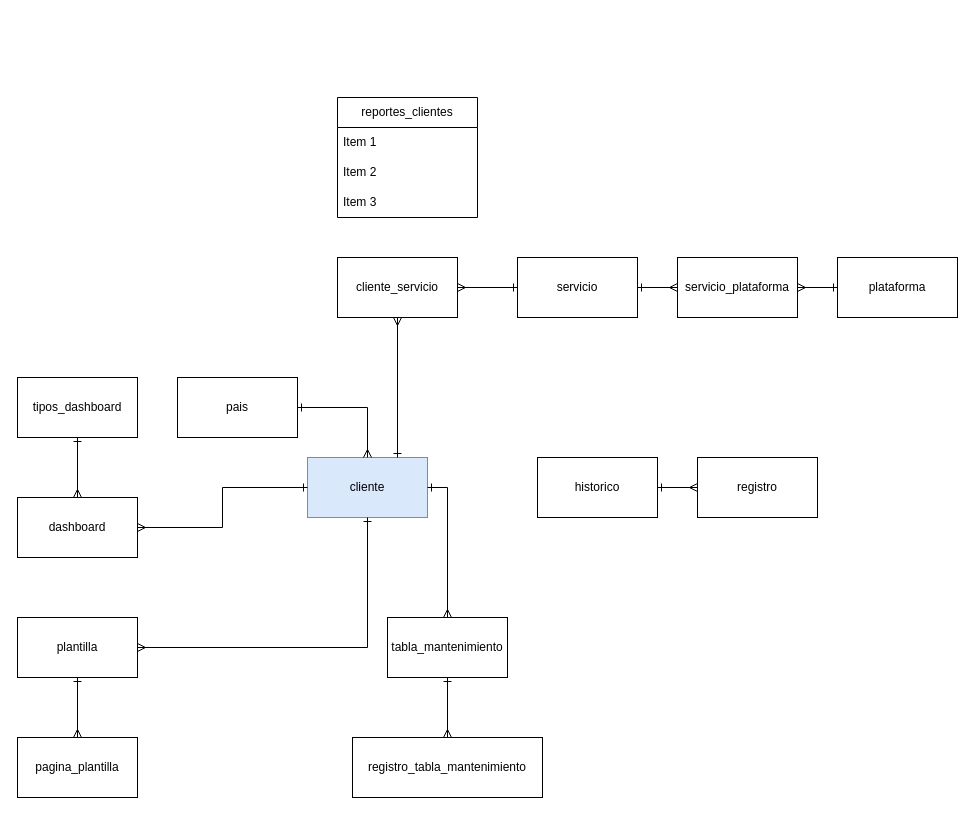
Above: Diagrama sin título.drawio in Ever-417/diagramas (draw.io), before the change. Source tidied: cells renumbered, new cells numbered last; positions are measured from the earlier drawing's top-left corner, leaving out a move shared by most shapes. Both pictures are drawn from the tidied source at 100%, with x=0, y=0 at pixel (17, 97).
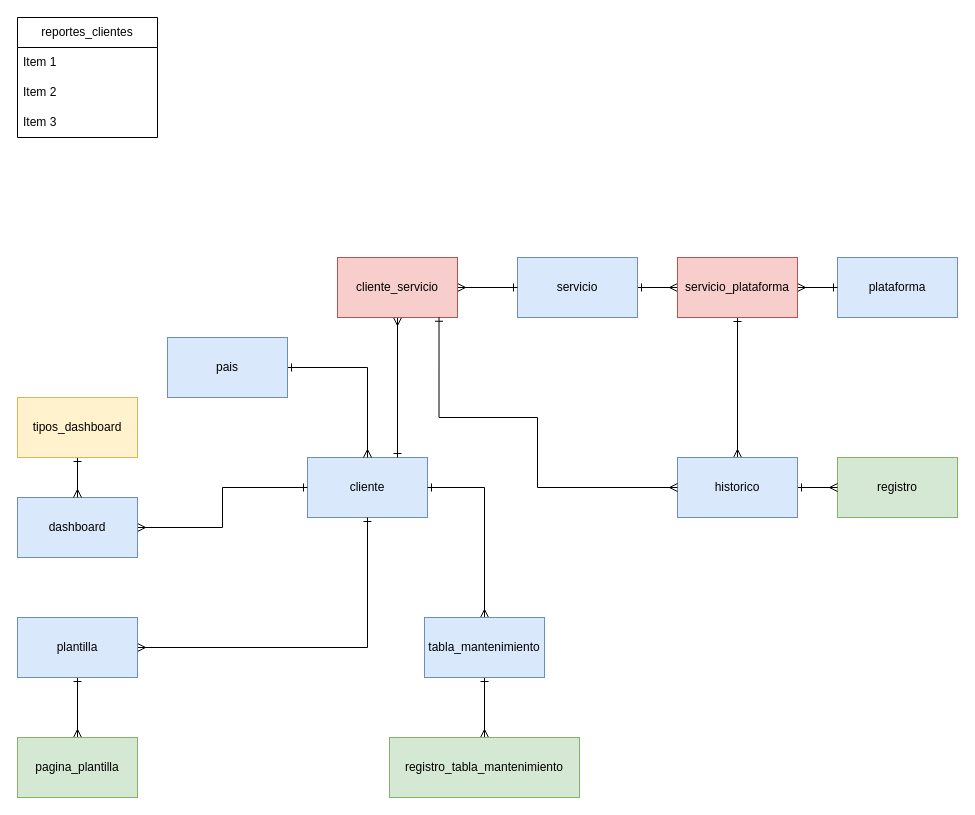
The same page after the edit.

Change to the diagram source:
```diff
@@
     <mxCell id="2" value="reportes_clientes" style="swimlane;fontStyle=0;horizontal=1;startSize=30;whiteSpace=wrap;html=1;" parent="1" vertex="1">
-      <mxGeometry x="320" width="140" height="120" as="geometry" />
+      <mxGeometry y="-80" width="140" height="120" as="geometry" />
     </mxCell>
@@
-    <mxCell id="8" value="pais" style="rounded=0;whiteSpace=wrap;html=1;" parent="1" vertex="1">
-      <mxGeometry x="160" y="280" width="120" height="60" as="geometry" />
+    <mxCell id="8" value="pais" style="rounded=0;whiteSpace=wrap;html=1;fillColor=#dae8fc;strokeColor=#6c8ebf;" parent="1" vertex="1">
+      <mxGeometry x="150" y="240" width="120" height="60" as="geometry" />
     </mxCell>
-    <mxCell id="9" value="registro" style="rounded=0;whiteSpace=wrap;html=1;" parent="1" vertex="1">
-      <mxGeometry x="680" y="360" width="120" height="60" as="geometry" />
+    <mxCell id="9" value="registro" style="rounded=0;whiteSpace=wrap;html=1;fillColor=#d5e8d4;strokeColor=#82b366;" parent="1" vertex="1">
+      <mxGeometry x="820" y="360" width="120" height="60" as="geometry" />
     </mxCell>
@@
+    <mxCell id="32" style="edgeStyle=orthogonalEdgeStyle;rounded=0;jettySize=auto;html=1;entryX=0.5;entryY=1;entryDx=0;entryDy=0;endArrow=ERone;endFill=0;startArrow=ERmany;startFill=0;" parent="1" edge="1" source="11" target="28">
+      <mxGeometry relative="1" as="geometry" />
+    </mxCell>
-    <mxCell id="11" value="historico" style="rounded=0;whiteSpace=wrap;html=1;" parent="1" vertex="1">
-      <mxGeometry x="520" y="360" width="120" height="60" as="geometry" />
+    <mxCell id="11" value="historico" style="rounded=0;whiteSpace=wrap;html=1;fillColor=#dae8fc;strokeColor=#6c8ebf;" parent="1" vertex="1">
+      <mxGeometry x="660" y="360" width="120" height="60" as="geometry" />
     </mxCell>
-    <mxCell id="12" value="plataforma" style="rounded=0;whiteSpace=wrap;html=1;" parent="1" vertex="1">
+    <mxCell id="12" value="plataforma" style="rounded=0;whiteSpace=wrap;html=1;fillColor=#dae8fc;strokeColor=#6c8ebf;" parent="1" vertex="1">
       <mxGeometry x="820" y="160" width="120" height="60" as="geometry" />
     </mxCell>
@@
-    <mxCell id="14" value="servicio" style="rounded=0;whiteSpace=wrap;html=1;" parent="1" vertex="1">
+    <mxCell id="14" value="servicio" style="rounded=0;whiteSpace=wrap;html=1;fillColor=#dae8fc;strokeColor=#6c8ebf;" parent="1" vertex="1">
       <mxGeometry x="500" y="160" width="120" height="60" as="geometry" />
     </mxCell>
@@
-    <mxCell id="16" value="dashboard" style="rounded=0;whiteSpace=wrap;html=1;" parent="1" vertex="1">
+    <mxCell id="16" value="dashboard" style="rounded=0;whiteSpace=wrap;html=1;fillColor=#dae8fc;strokeColor=#6c8ebf;" parent="1" vertex="1">
       <mxGeometry y="400" width="120" height="60" as="geometry" />
     </mxCell>
@@
-    <mxCell id="19" value="plantilla" style="rounded=0;whiteSpace=wrap;html=1;" parent="1" vertex="1">
+    <mxCell id="19" value="plantilla" style="rounded=0;whiteSpace=wrap;html=1;fillColor=#dae8fc;strokeColor=#6c8ebf;" parent="1" vertex="1">
       <mxGeometry y="520" width="120" height="60" as="geometry" />
     </mxCell>
-    <mxCell id="20" value="pagina_plantilla" style="rounded=0;whiteSpace=wrap;html=1;" parent="1" vertex="1">
+    <mxCell id="20" value="pagina_plantilla" style="rounded=0;whiteSpace=wrap;html=1;fillColor=#d5e8d4;strokeColor=#82b366;" parent="1" vertex="1">
       <mxGeometry y="640" width="120" height="60" as="geometry" />
     </mxCell>
@@
-    <mxCell id="23" value="tabla_mantenimiento" style="rounded=0;whiteSpace=wrap;html=1;" parent="1" vertex="1">
-      <mxGeometry x="370" y="520" width="120" height="60" as="geometry" />
+    <mxCell id="23" value="tabla_mantenimiento" style="rounded=0;whiteSpace=wrap;html=1;fillColor=#dae8fc;strokeColor=#6c8ebf;" parent="1" vertex="1">
+      <mxGeometry x="407" y="520" width="120" height="60" as="geometry" />
     </mxCell>
-    <mxCell id="24" value="registro_tabla_mantenimiento" style="rounded=0;whiteSpace=wrap;html=1;" parent="1" vertex="1">
-      <mxGeometry x="335" y="640" width="190" height="60" as="geometry" />
+    <mxCell id="24" value="registro_tabla_mantenimiento" style="rounded=0;whiteSpace=wrap;html=1;fillColor=#d5e8d4;strokeColor=#82b366;" parent="1" vertex="1">
+      <mxGeometry x="372" y="640" width="190" height="60" as="geometry" />
     </mxCell>
@@
-    <mxCell id="26" value="tipos_dashboard" style="rounded=0;whiteSpace=wrap;html=1;" parent="1" vertex="1">
-      <mxGeometry y="280" width="120" height="60" as="geometry" />
+    <mxCell id="26" value="tipos_dashboard" style="rounded=0;whiteSpace=wrap;html=1;fillColor=#fff2cc;strokeColor=#d6b656;" parent="1" vertex="1">
+      <mxGeometry y="300" width="120" height="60" as="geometry" />
     </mxCell>
@@
-    <mxCell id="28" value="servicio_plataforma" style="rounded=0;whiteSpace=wrap;html=1;" parent="1" vertex="1">
+    <mxCell id="28" value="servicio_plataforma" style="rounded=0;whiteSpace=wrap;html=1;fillColor=#f8cecc;strokeColor=#b85450;" parent="1" vertex="1">
       <mxGeometry x="660" y="160" width="120" height="60" as="geometry" />
     </mxCell>
@@
-    <mxCell id="31" value="cliente_servicio" style="rounded=0;whiteSpace=wrap;html=1;" parent="1" vertex="1">
+    <mxCell id="31" value="cliente_servicio" style="rounded=0;whiteSpace=wrap;html=1;fillColor=#f8cecc;strokeColor=#b85450;" parent="1" vertex="1">
       <mxGeometry x="320" y="160" width="120" height="60" as="geometry" />
     </mxCell>
+    <mxCell id="33" style="edgeStyle=orthogonalEdgeStyle;rounded=0;jettySize=auto;html=1;entryX=0.846;entryY=0.996;entryDx=0;entryDy=0;entryPerimeter=0;startArrow=ERmany;startFill=0;endArrow=ERone;endFill=0;" parent="1" edge="1" source="11" target="31">
+      <mxGeometry relative="1" as="geometry">
+        <Array as="points">
+          <mxPoint x="520" y="390" />
+          <mxPoint x="520" y="320" />
+          <mxPoint x="422" y="320" />
+        </Array>
+      </mxGeometry>
+    </mxCell>
```
